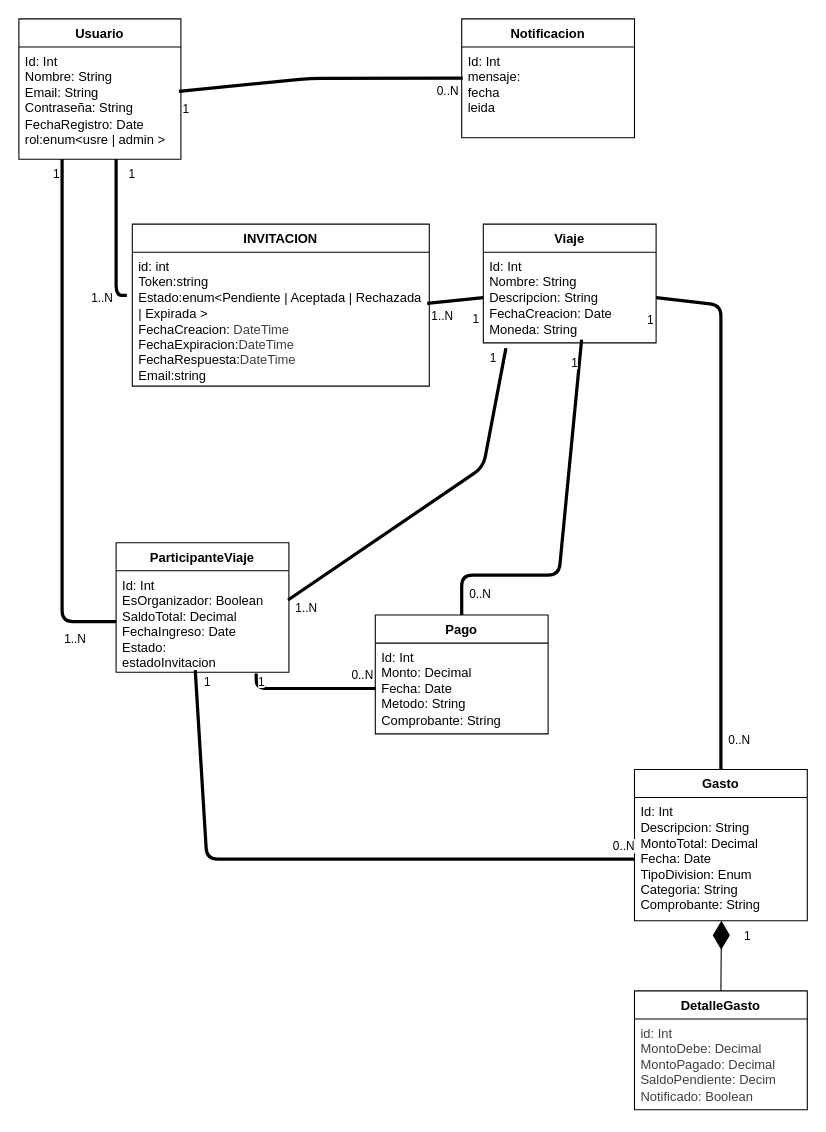
The draw.io diagram page "Page-1" (1 of 2) of docs/ModeloDeDominio.drawio in TPI-Entre-Todos/Entre-Todos-API, before the edit. Source tidied: cells renumbered, new cells numbered last; positions are measured from the earlier drawing's top-left corner, leaving out a move shared by most shapes. Both pictures are drawn from the tidied source at 108%, with x=0, y=0 at pixel (18, 18).
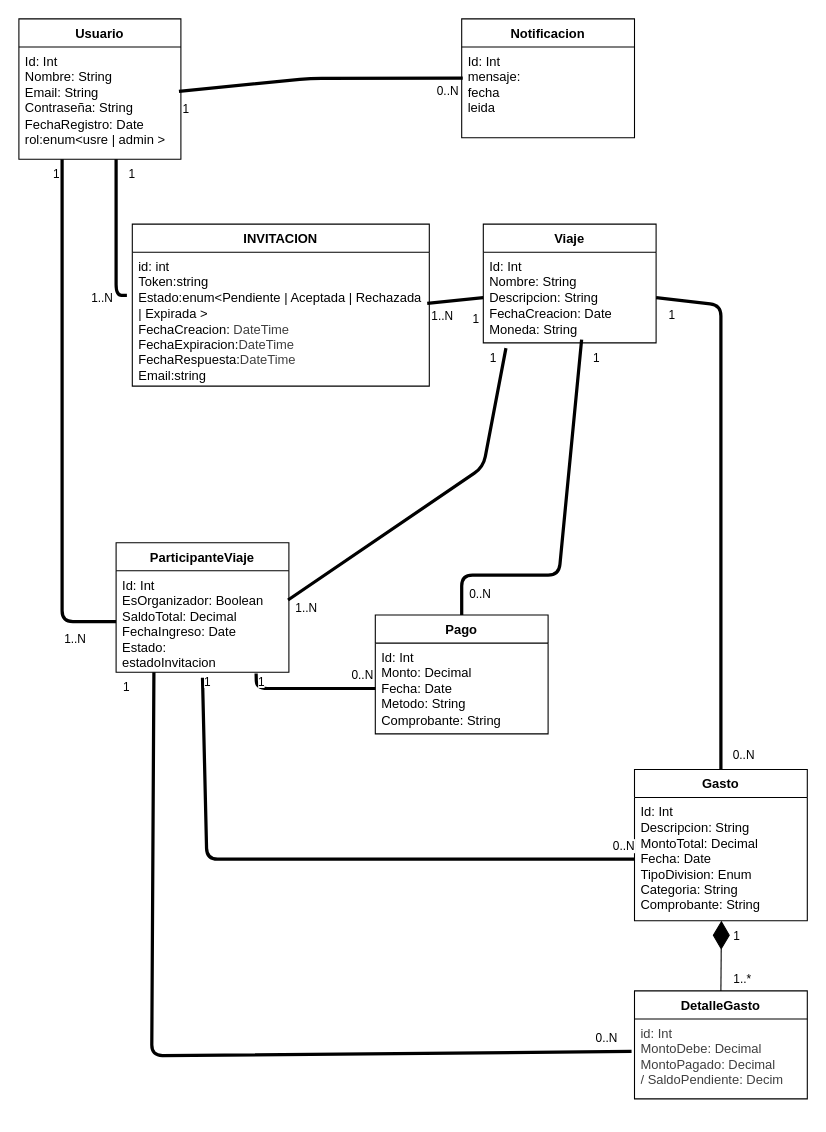
After the change.

The change refers to these unchanged cells:
```xml
<mxCell id="7" value="&lt;div&gt;&lt;span style=&quot;background-color: transparent; color: light-dark(rgb(0, 0, 0), rgb(255, 255, 255));&quot;&gt;Id:&amp;nbsp;&lt;/span&gt;&lt;span style=&quot;background-color: transparent; color: light-dark(rgb(0, 0, 0), rgb(255, 255, 255));&quot;&gt;Int&lt;/span&gt;&lt;/div&gt;&lt;div&gt;EsOrganizador: Boolean&lt;/div&gt;&lt;div&gt;SaldoTotal: Decimal&lt;/div&gt;&lt;div&gt;FechaIngreso: Date&lt;/div&gt;&lt;div&gt;Estado:&amp;nbsp;&lt;/div&gt;&lt;div&gt;estadoInvitacion&lt;/div&gt;" style="text;strokeColor=none;fillColor=none;align=left;verticalAlign=top;spacingLeft=4;spacingRight=4;overflow=hidden;points=[[0,0.5],[1,0.5]];portConstraint=eastwest;whiteSpace=wrap;html=1;" parent="6" vertex="1">
  <mxGeometry y="26" width="160" height="94" as="geometry" />
</mxCell>
<mxCell id="9" value="&lt;div&gt;Id:&amp;nbsp;&lt;span style=&quot;background-color: transparent; color: light-dark(rgb(0, 0, 0), rgb(255, 255, 255));&quot;&gt;Int&lt;/span&gt;&lt;/div&gt;&lt;div&gt;Descripcion: String&lt;/div&gt;&lt;div&gt;MontoTotal: Decimal&lt;/div&gt;&lt;div&gt;Fecha: Date&lt;/div&gt;&lt;div&gt;TipoDivision: Enum&lt;/div&gt;&lt;div&gt;Categoria: String&lt;/div&gt;&lt;div&gt;Comprobante: String&lt;/div&gt;" style="text;strokeColor=none;fillColor=none;align=left;verticalAlign=top;spacingLeft=4;spacingRight=4;overflow=hidden;points=[[0,0.5],[1,0.5]];portConstraint=eastwest;whiteSpace=wrap;html=1;" parent="8" vertex="1">
  <mxGeometry y="26" width="160" height="114" as="geometry" />
</mxCell>
<mxCell id="15" style="endArrow=none;startArrow=none;endFill=0;startFill=0;endSize=8;html=1;verticalAlign=bottom;labelBackgroundColor=none;strokeWidth=3;exitX=0.5;exitY=0;exitDx=0;exitDy=0;entryX=1;entryY=0.5;entryDx=0;entryDy=0;" parent="1" edge="1" source="8" target="5">
  <mxGeometry relative="1" as="geometry">
    <Array as="points">
      <mxPoint x="650" y="265" />
    </Array>
  </mxGeometry>
</mxCell>
<mxCell id="31" value="&lt;span style=&quot;color: rgb(0, 0, 0); font-family: Helvetica; font-size: 11px; font-style: normal; font-variant-ligatures: normal; font-variant-caps: normal; font-weight: 400; letter-spacing: normal; orphans: 2; text-align: center; text-indent: 0px; text-transform: none; widows: 2; word-spacing: 0px; -webkit-text-stroke-width: 0px; white-space: nowrap; background-color: rgb(255, 255, 255); text-decoration-thickness: initial; text-decoration-style: initial; text-decoration-color: initial; display: inline !important; float: none;&quot;&gt;1&lt;/span&gt;" style="text;whiteSpace=wrap;html=1;" parent="1" vertex="1">
  <mxGeometry x="170" y="600" width="40" height="40" as="geometry" />
</mxCell>
```

What changed in the source:
```diff
@@
     <mxCell id="16" value="0..N" style="edgeLabel;html=1;align=center;verticalAlign=middle;" parent="15" vertex="1">
       <mxGeometry x="-0.89" y="-3" relative="1" as="geometry">
-        <mxPoint x="13" y="-1" as="offset" />
+        <mxPoint x="17" y="13" as="offset" />
       </mxGeometry>
     </mxCell>
@@
-    <mxCell id="25" style="endArrow=none;startArrow=none;endFill=0;startFill=0;endSize=8;html=1;verticalAlign=bottom;labelBackgroundColor=none;strokeWidth=3;exitX=0;exitY=0.5;exitDx=0;exitDy=0;entryX=0.458;entryY=0.978;entryDx=0;entryDy=0;entryPerimeter=0;" parent="1" edge="1" source="9" target="7">
+    <mxCell id="25" style="endArrow=none;startArrow=none;endFill=0;startFill=0;endSize=8;html=1;verticalAlign=bottom;labelBackgroundColor=none;strokeWidth=3;exitX=0;exitY=0.5;exitDx=0;exitDy=0;entryX=0;entryY=0.25;entryDx=0;entryDy=0;" parent="1" edge="1" source="9" target="31">
       <mxGeometry relative="1" as="geometry">
         <Array as="points">
           <mxPoint x="174" y="778" />
         </Array>
       </mxGeometry>
     </mxCell>
@@
     <mxCell id="29" value="&lt;span style=&quot;color: rgb(0, 0, 0); font-family: Helvetica; font-size: 11px; font-style: normal; font-variant-ligatures: normal; font-variant-caps: normal; font-weight: 400; letter-spacing: normal; orphans: 2; text-align: center; text-indent: 0px; text-transform: none; widows: 2; word-spacing: 0px; -webkit-text-stroke-width: 0px; white-space: nowrap; background-color: rgb(255, 255, 255); text-decoration-thickness: initial; text-decoration-style: initial; text-decoration-color: initial; display: inline !important; float: none;&quot;&gt;1&lt;/span&gt;" style="text;whiteSpace=wrap;html=1;" parent="1" vertex="1">
-      <mxGeometry x="510" y="305" width="40" height="40" as="geometry" />
+      <mxGeometry x="530" y="300" width="40" height="40" as="geometry" />
     </mxCell>
     <mxCell id="30" value="&lt;span style=&quot;color: rgb(0, 0, 0); font-family: Helvetica; font-size: 11px; font-style: normal; font-variant-ligatures: normal; font-variant-caps: normal; font-weight: 400; letter-spacing: normal; orphans: 2; text-align: center; text-indent: 0px; text-transform: none; widows: 2; word-spacing: 0px; -webkit-text-stroke-width: 0px; white-space: nowrap; background-color: rgb(255, 255, 255); text-decoration-thickness: initial; text-decoration-style: initial; text-decoration-color: initial; display: inline !important; float: none;&quot;&gt;1&lt;/span&gt;" style="text;whiteSpace=wrap;html=1;" parent="1" vertex="1">
-      <mxGeometry x="580" y="265" width="40" height="40" as="geometry" />
+      <mxGeometry x="600" y="260" width="20" height="25" as="geometry" />
     </mxCell>
@@
     <mxCell id="32" value="&lt;span style=&quot;color: rgb(0, 0, 0); font-family: Helvetica; font-size: 11px; font-style: normal; font-variant-ligatures: normal; font-variant-caps: normal; font-weight: 400; letter-spacing: normal; orphans: 2; text-align: center; text-indent: 0px; text-transform: none; widows: 2; word-spacing: 0px; -webkit-text-stroke-width: 0px; white-space: nowrap; background-color: rgb(255, 255, 255); text-decoration-thickness: initial; text-decoration-style: initial; text-decoration-color: initial; display: inline !important; float: none;&quot;&gt;1&lt;/span&gt;" style="text;whiteSpace=wrap;html=1;" parent="1" vertex="1">
-      <mxGeometry x="670" y="835" width="40" height="40" as="geometry" />
+      <mxGeometry x="660" y="835" width="40" height="40" as="geometry" />
     </mxCell>
@@
     <mxCell id="37" value="DetalleGasto" style="swimlane;fontStyle=1;align=center;verticalAlign=top;horizontal=1;startSize=26;whiteSpace=wrap;html=1;" parent="1" vertex="1">
-      <mxGeometry x="570" y="900" width="160" height="110" as="geometry" />
+      <mxGeometry x="570" y="900" width="160" height="100" as="geometry" />
     </mxCell>
-    <mxCell id="38" value="&lt;div style=&quot;scrollbar-color: rgb(226, 226, 226) rgb(251, 251, 251); color: rgb(63, 63, 63);&quot;&gt;id:&amp;nbsp;&lt;span style=&quot;color: rgb(63, 63, 63); scrollbar-color: rgb(226, 226, 226) rgb(251, 251, 251); background-color: transparent;&quot;&gt;Int&lt;/span&gt;&lt;/div&gt;&lt;div style=&quot;scrollbar-color: rgb(226, 226, 226) rgb(251, 251, 251); color: rgb(63, 63, 63);&quot;&gt;MontoDebe: Decimal&lt;/div&gt;&lt;div style=&quot;scrollbar-color: rgb(226, 226, 226) rgb(251, 251, 251); color: rgb(63, 63, 63);&quot;&gt;MontoPagado: Decimal&lt;/div&gt;&lt;div style=&quot;scrollbar-color: rgb(226, 226, 226) rgb(251, 251, 251); color: rgb(63, 63, 63);&quot;&gt;SaldoPendiente: Decim&lt;/div&gt;&lt;div style=&quot;scrollbar-color: rgb(226, 226, 226) rgb(251, 251, 251); color: rgb(63, 63, 63);&quot;&gt;&lt;span style=&quot;color: rgb(63, 63, 63);&quot;&gt;Notificado: Boolean&lt;/span&gt;&lt;/div&gt;" style="text;strokeColor=none;fillColor=none;align=left;verticalAlign=top;spacingLeft=4;spacingRight=4;overflow=hidden;points=[[0,0.5],[1,0.5]];portConstraint=eastwest;whiteSpace=wrap;html=1;" parent="37" vertex="1">
-      <mxGeometry y="26" width="160" height="84" as="geometry" />
+    <mxCell id="38" value="&lt;div style=&quot;scrollbar-color: rgb(226, 226, 226) rgb(251, 251, 251); color: rgb(63, 63, 63);&quot;&gt;id:&amp;nbsp;&lt;span style=&quot;color: rgb(63, 63, 63); scrollbar-color: rgb(226, 226, 226) rgb(251, 251, 251); background-color: transparent;&quot;&gt;Int&lt;/span&gt;&lt;/div&gt;&lt;div style=&quot;scrollbar-color: rgb(226, 226, 226) rgb(251, 251, 251); color: rgb(63, 63, 63);&quot;&gt;MontoDebe: Decimal&lt;/div&gt;&lt;div style=&quot;scrollbar-color: rgb(226, 226, 226) rgb(251, 251, 251); color: rgb(63, 63, 63);&quot;&gt;MontoPagado: Decimal&lt;/div&gt;&lt;div style=&quot;scrollbar-color: rgb(226, 226, 226) rgb(251, 251, 251); color: rgb(63, 63, 63);&quot;&gt;/ SaldoPendiente: Decim&lt;/div&gt;" style="text;strokeColor=none;fillColor=none;align=left;verticalAlign=top;spacingLeft=4;spacingRight=4;overflow=hidden;points=[[0,0.5],[1,0.5]];portConstraint=eastwest;whiteSpace=wrap;html=1;" parent="37" vertex="1">
+      <mxGeometry y="26" width="160" height="74" as="geometry" />
     </mxCell>
@@
+    <mxCell id="47" value="&lt;span style=&quot;color: rgb(0, 0, 0); font-family: Helvetica; font-size: 11px; font-style: normal; font-variant-ligatures: normal; font-variant-caps: normal; font-weight: 400; letter-spacing: normal; orphans: 2; text-align: center; text-indent: 0px; text-transform: none; widows: 2; word-spacing: 0px; -webkit-text-stroke-width: 0px; white-space: nowrap; background-color: rgb(255, 255, 255); text-decoration-thickness: initial; text-decoration-style: initial; text-decoration-color: initial; float: none; display: inline !important;&quot;&gt;1..*&lt;/span&gt;" style="text;whiteSpace=wrap;html=1;" parent="1" vertex="1">
+      <mxGeometry x="660" y="875" width="40" height="40" as="geometry" />
+    </mxCell>
+    <mxCell id="48" style="endArrow=none;startArrow=none;endFill=0;startFill=0;endSize=8;html=1;verticalAlign=bottom;labelBackgroundColor=none;strokeWidth=3;exitX=-0.017;exitY=0.406;exitDx=0;exitDy=0;entryX=0.75;entryY=0;entryDx=0;entryDy=0;exitPerimeter=0;" parent="1" edge="1" source="38" target="50">
+      <mxGeometry relative="1" as="geometry">
+        <Array as="points">
+          <mxPoint x="123" y="960" />
+        </Array>
+      </mxGeometry>
+    </mxCell>
+    <mxCell id="49" value="0..N" style="edgeLabel;html=1;align=center;verticalAlign=middle;" parent="48" vertex="1">
+      <mxGeometry x="-0.89" y="-3" relative="1" as="geometry">
+        <mxPoint x="20" y="-10" as="offset" />
+      </mxGeometry>
+    </mxCell>
+    <mxCell id="50" value="&lt;span style=&quot;color: rgb(0, 0, 0); font-family: Helvetica; font-size: 11px; font-style: normal; font-variant-ligatures: normal; font-variant-caps: normal; font-weight: 400; letter-spacing: normal; orphans: 2; text-align: center; text-indent: 0px; text-transform: none; widows: 2; word-spacing: 0px; -webkit-text-stroke-width: 0px; white-space: nowrap; background-color: rgb(255, 255, 255); text-decoration-thickness: initial; text-decoration-style: initial; text-decoration-color: initial; display: inline !important; float: none;&quot;&gt;1&lt;/span&gt;" style="text;whiteSpace=wrap;html=1;" parent="1" vertex="1">
+      <mxGeometry x="95" y="605" width="40" height="40" as="geometry" />
+    </mxCell>
```
